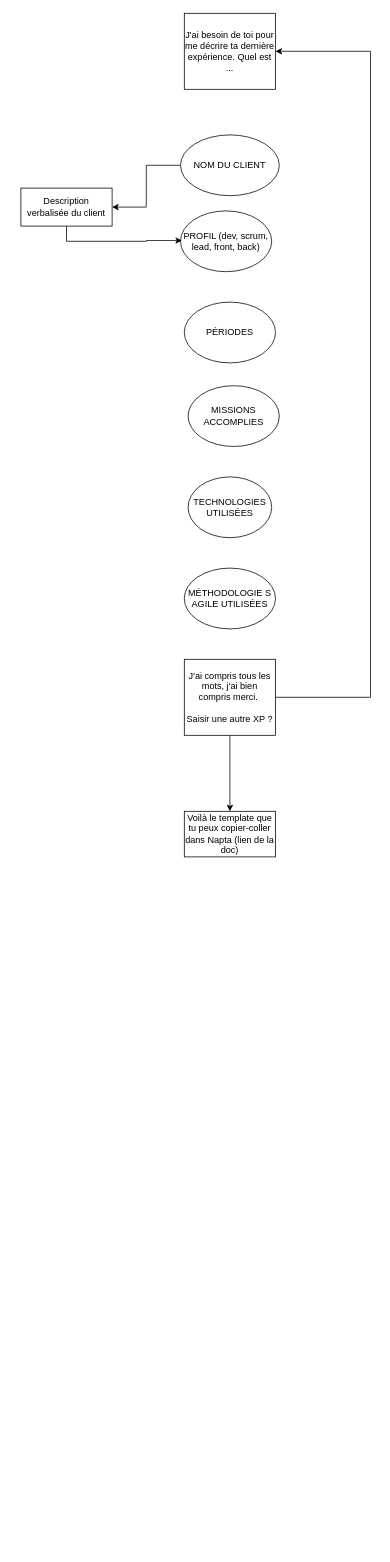
This is Diagramme sans nom.drawio from pedenys/drawio, a draw.io file, before an edit. Source tidied: cells renumbered, new cells numbered last; positions are measured from the earlier drawing's top-left corner, leaving out a move shared by most shapes. Both pictures are drawn from the tidied source at 76%, with x=0, y=0 at pixel (21, 13).
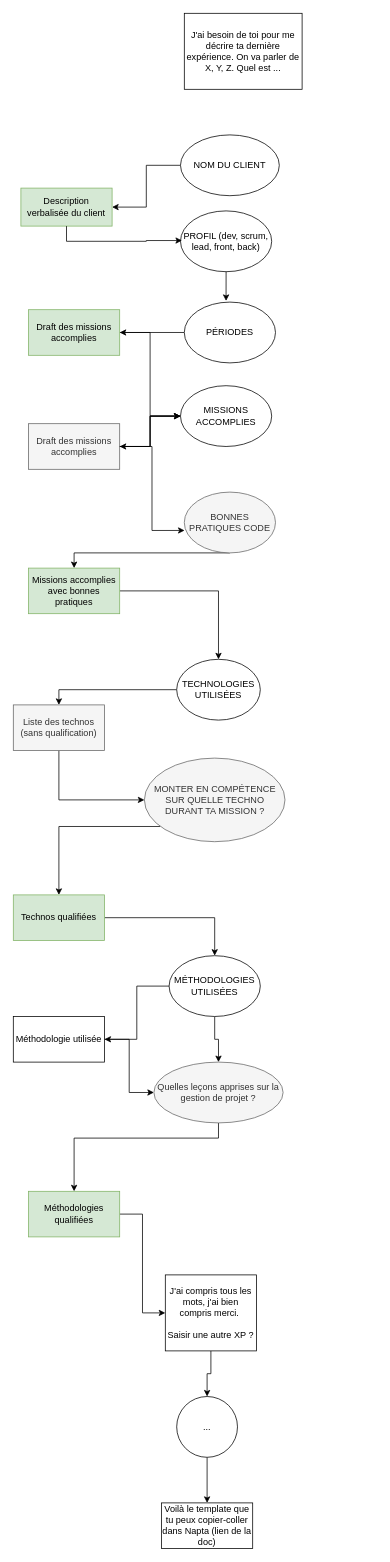
The same page after the edit.

Commit message (it also covers changes not shown here):
Mettre à jour Diagramme sans nom.drawio

The change refers to these unchanged cells:
```xml
<mxCell id="8" value="PROFIL (dev, scrum, lead, front, back)" style="ellipse;whiteSpace=wrap;html=1;" parent="1" vertex="1">
  <mxGeometry x="210" y="260" width="120" height="80" as="geometry" />
</mxCell>
<mxCell id="14" value="PÉRIODES" style="ellipse;whiteSpace=wrap;html=1;" parent="1" vertex="1">
  <mxGeometry x="215" y="380" width="120" height="80" as="geometry" />
</mxCell>
```

Diff of the diagram source:
```diff
@@
-    <mxCell id="2" value="J'ai besoin de toi pour me décrire ta dernière expérience. Quel est ..." style="whiteSpace=wrap;html=1;" parent="1" vertex="1">
-      <mxGeometry x="215" width="120" height="100" as="geometry" />
+    <mxCell id="2" value="J'ai besoin de toi pour me décrire ta dernière expérience. On va parler de X, Y, Z. Quel est ..." style="whiteSpace=wrap;html=1;" parent="1" vertex="1">
+      <mxGeometry x="215" width="155" height="100" as="geometry" />
     </mxCell>
@@
+    <mxCell id="16" style="edgeStyle=orthogonalEdgeStyle;rounded=0;jettySize=auto;html=1;" parent="1" edge="1" source="5" target="25">
+      <mxGeometry relative="1" as="geometry" />
+    </mxCell>
     <mxCell id="5" value="MISSIONS ACCOMPLIES" style="ellipse;whiteSpace=wrap;html=1;" parent="1" vertex="1">
-      <mxGeometry x="220" y="490" width="120" height="80" as="geometry" />
+      <mxGeometry x="210" y="490" width="120" height="80" as="geometry" />
     </mxCell>
+    <mxCell id="17" style="edgeStyle=orthogonalEdgeStyle;rounded=0;jettySize=auto;html=1;entryX=0.5;entryY=0;entryDx=0;entryDy=0;" parent="1" edge="1" source="6" target="32">
+      <mxGeometry relative="1" as="geometry" />
+    </mxCell>
     <mxCell id="6" value="TECHNOLOGIES UTILISÉES" style="ellipse;whiteSpace=wrap;html=1;" parent="1" vertex="1">
-      <mxGeometry x="220" y="610" width="110" height="80" as="geometry" />
+      <mxGeometry x="205" y="850" width="110" height="80" as="geometry" />
     </mxCell>
+    <mxCell id="18" style="edgeStyle=orthogonalEdgeStyle;rounded=0;jettySize=auto;html=1;entryX=0.5;entryY=0;entryDx=0;entryDy=0;" parent="1" edge="1" source="7" target="38">
+      <mxGeometry relative="1" as="geometry" />
+    </mxCell>
+    <mxCell id="19" style="edgeStyle=orthogonalEdgeStyle;rounded=0;jettySize=auto;html=1;" parent="1" edge="1" source="7" target="42">
+      <mxGeometry relative="1" as="geometry" />
+    </mxCell>
-    <mxCell id="7" value="MÉTHODOLOGIE S AGILE UTILISÉES" style="ellipse;whiteSpace=wrap;html=1;" parent="1" vertex="1">
-      <mxGeometry x="215" y="730" width="120" height="80" as="geometry" />
+    <mxCell id="7" value="MÉTHODOLOGIES UTILISÉES" style="ellipse;whiteSpace=wrap;html=1;" parent="1" vertex="1">
+      <mxGeometry x="195" y="1240" width="120" height="80" as="geometry" />
     </mxCell>
@@
-    <mxCell id="9" style="edgeStyle=orthogonalEdgeStyle;rounded=0;jettySize=auto;html=1;entryX=1;entryY=0.5;entryDx=0;entryDy=0;" parent="1" edge="1" source="11" target="2">
-      <mxGeometry relative="1" as="geometry">
-        <Array as="points">
-          <mxPoint x="460" y="900" />
-          <mxPoint x="460" y="50" />
-        </Array>
-      </mxGeometry>
-    </mxCell>
-    <mxCell id="10" style="edgeStyle=orthogonalEdgeStyle;rounded=0;jettySize=auto;html=1;" parent="1" edge="1" source="11" target="15">
+    <mxCell id="10" style="edgeStyle=orthogonalEdgeStyle;rounded=0;jettySize=auto;html=1;" parent="1" edge="1" source="43" target="15">
       <mxGeometry relative="1" as="geometry" />
     </mxCell>
+    <mxCell id="20" style="edgeStyle=orthogonalEdgeStyle;rounded=0;jettySize=auto;html=1;entryX=0.5;entryY=0;entryDx=0;entryDy=0;" parent="1" edge="1" source="11" target="43">
+      <mxGeometry relative="1" as="geometry" />
+    </mxCell>
     <mxCell id="11" value="J'ai compris tous les mots, j'ai bien compris merci.&amp;nbsp;&lt;div&gt;&lt;br&gt;&lt;/div&gt;&lt;div&gt;Saisir une autre XP ?&lt;/div&gt;" style="whiteSpace=wrap;html=1;" parent="1" vertex="1">
-      <mxGeometry x="215" y="850" width="120" height="100" as="geometry" />
+      <mxGeometry x="190" y="1660" width="120" height="100" as="geometry" />
     </mxCell>
-    <mxCell id="12" value="Description verbalisée du client" style="whiteSpace=wrap;html=1;" parent="1" vertex="1">
+    <mxCell id="12" value="Description verbalisée du client" style="whiteSpace=wrap;html=1;fillColor=#d5e8d4;strokeColor=#82b366;" parent="1" vertex="1">
       <mxGeometry y="230" width="120" height="50" as="geometry" />
     </mxCell>
@@
+    <mxCell id="21" style="edgeStyle=orthogonalEdgeStyle;rounded=0;jettySize=auto;html=1;entryX=1;entryY=0.5;entryDx=0;entryDy=0;" parent="1" edge="1" source="14" target="45">
+      <mxGeometry relative="1" as="geometry" />
+    </mxCell>
@@
     <mxCell id="15" value="Voilà le template que tu peux copier-coller dans Napta (lien de la doc)" style="whiteSpace=wrap;html=1;" parent="1" vertex="1">
-      <mxGeometry x="215" y="1050" width="120" height="60" as="geometry" />
+      <mxGeometry x="185" y="1960" width="120" height="60" as="geometry" />
     </mxCell>
+    <mxCell id="22" style="edgeStyle=orthogonalEdgeStyle;rounded=0;jettySize=auto;html=1;entryX=0.458;entryY=-0.019;entryDx=0;entryDy=0;entryPerimeter=0;" parent="1" edge="1" source="8" target="14">
+      <mxGeometry relative="1" as="geometry" />
+    </mxCell>
+    <mxCell id="23" style="edgeStyle=orthogonalEdgeStyle;rounded=0;jettySize=auto;html=1;" parent="1" edge="1" source="25" target="5">
+      <mxGeometry relative="1" as="geometry" />
+    </mxCell>
+    <mxCell id="24" style="edgeStyle=orthogonalEdgeStyle;rounded=0;jettySize=auto;html=1;" parent="1" edge="1" source="25" target="5">
+      <mxGeometry relative="1" as="geometry" />
+    </mxCell>
+    <mxCell id="25" value="Draft des missions accomplies" style="whiteSpace=wrap;html=1;fillColor=#f5f5f5;fontColor=#333333;strokeColor=#666666;" parent="1" vertex="1">
+      <mxGeometry x="10" y="540" width="120" height="60" as="geometry" />
+    </mxCell>
+    <mxCell id="26" style="edgeStyle=orthogonalEdgeStyle;rounded=0;jettySize=auto;html=1;" parent="1" edge="1" source="27" target="6">
+      <mxGeometry relative="1" as="geometry" />
+    </mxCell>
+    <mxCell id="27" value="Missions accomplies avec bonnes pratiques" style="whiteSpace=wrap;html=1;fillColor=#d5e8d4;strokeColor=#82b366;" parent="1" vertex="1">
+      <mxGeometry x="10" y="730" width="120" height="60" as="geometry" />
+    </mxCell>
+    <mxCell id="28" style="edgeStyle=orthogonalEdgeStyle;rounded=0;jettySize=auto;html=1;" parent="1" edge="1" source="29" target="27">
+      <mxGeometry relative="1" as="geometry">
+        <Array as="points">
+          <mxPoint x="70" y="710" />
+        </Array>
+      </mxGeometry>
+    </mxCell>
+    <mxCell id="29" value="BONNES PRATIQUES CODE" style="ellipse;whiteSpace=wrap;html=1;fillColor=#f5f5f5;fontColor=#333333;strokeColor=#666666;" parent="1" vertex="1">
+      <mxGeometry x="215" y="630" width="120" height="80" as="geometry" />
+    </mxCell>
+    <mxCell id="30" style="edgeStyle=orthogonalEdgeStyle;rounded=0;jettySize=auto;html=1;entryX=0.003;entryY=0.631;entryDx=0;entryDy=0;entryPerimeter=0;" parent="1" edge="1" source="25" target="29">
+      <mxGeometry relative="1" as="geometry" />
+    </mxCell>
+    <mxCell id="31" style="edgeStyle=orthogonalEdgeStyle;rounded=0;jettySize=auto;html=1;entryX=0;entryY=0.5;entryDx=0;entryDy=0;" parent="1" edge="1" source="32" target="34">
+      <mxGeometry relative="1" as="geometry">
+        <Array as="points">
+          <mxPoint x="50" y="1035" />
+        </Array>
+      </mxGeometry>
+    </mxCell>
+    <mxCell id="32" value="Liste des technos (sans qualification)" style="whiteSpace=wrap;html=1;fillColor=#f5f5f5;fontColor=#333333;strokeColor=#666666;" parent="1" vertex="1">
+      <mxGeometry x="-10" y="910" width="120" height="60" as="geometry" />
+    </mxCell>
+    <mxCell id="33" style="edgeStyle=orthogonalEdgeStyle;rounded=0;jettySize=auto;html=1;" parent="1" edge="1" source="34" target="36">
+      <mxGeometry relative="1" as="geometry">
+        <Array as="points">
+          <mxPoint x="50" y="1070" />
+        </Array>
+      </mxGeometry>
+    </mxCell>
+    <mxCell id="34" value="MONTER EN COMPÉTENCE SUR QUELLE TECHNO DURANT TA MISSION ?" style="ellipse;whiteSpace=wrap;html=1;fillColor=#f5f5f5;fontColor=#333333;strokeColor=#666666;" parent="1" vertex="1">
+      <mxGeometry x="162.5" y="980" width="185" height="110" as="geometry" />
+    </mxCell>
+    <mxCell id="35" style="edgeStyle=orthogonalEdgeStyle;rounded=0;jettySize=auto;html=1;entryX=0.5;entryY=0;entryDx=0;entryDy=0;" parent="1" edge="1" source="36" target="7">
+      <mxGeometry relative="1" as="geometry" />
+    </mxCell>
+    <mxCell id="36" value="Technos qualifiées" style="whiteSpace=wrap;html=1;fillColor=#d5e8d4;strokeColor=#82b366;" parent="1" vertex="1">
+      <mxGeometry x="-10" y="1160" width="120" height="60" as="geometry" />
+    </mxCell>
+    <mxCell id="37" style="edgeStyle=orthogonalEdgeStyle;rounded=0;jettySize=auto;html=1;entryX=0.5;entryY=0;entryDx=0;entryDy=0;" parent="1" edge="1" source="38" target="40">
+      <mxGeometry relative="1" as="geometry">
+        <Array as="points">
+          <mxPoint x="260" y="1480" />
+          <mxPoint x="70" y="1480" />
+        </Array>
+      </mxGeometry>
+    </mxCell>
+    <mxCell id="38" value="&lt;span style=&quot;caret-color: rgb(51, 51, 51); color: rgb(51, 51, 51);&quot;&gt;Quelles leçons apprises sur la gestion de projet ?&lt;/span&gt;" style="ellipse;whiteSpace=wrap;html=1;fillColor=#f5f5f5;fontColor=#333333;strokeColor=#666666;" parent="1" vertex="1">
+      <mxGeometry x="175" y="1380" width="170" height="80" as="geometry" />
+    </mxCell>
+    <mxCell id="39" style="edgeStyle=orthogonalEdgeStyle;rounded=0;jettySize=auto;html=1;entryX=0;entryY=0.5;entryDx=0;entryDy=0;" parent="1" edge="1" source="40" target="11">
+      <mxGeometry relative="1" as="geometry" />
+    </mxCell>
+    <mxCell id="40" value="Méthodologies qualifiées" style="whiteSpace=wrap;html=1;fillColor=#d5e8d4;strokeColor=#82b366;" parent="1" vertex="1">
+      <mxGeometry x="10" y="1550" width="120" height="60" as="geometry" />
+    </mxCell>
+    <mxCell id="41" style="edgeStyle=orthogonalEdgeStyle;rounded=0;jettySize=auto;html=1;entryX=0;entryY=0.5;entryDx=0;entryDy=0;" parent="1" edge="1" source="42" target="38">
+      <mxGeometry relative="1" as="geometry" />
+    </mxCell>
+    <mxCell id="42" value="Méthodologie utilisée" style="whiteSpace=wrap;html=1;" parent="1" vertex="1">
+      <mxGeometry x="-10" y="1320" width="120" height="60" as="geometry" />
+    </mxCell>
+    <mxCell id="43" value="..." style="ellipse;whiteSpace=wrap;html=1;" parent="1" vertex="1">
+      <mxGeometry x="205" y="1820" width="80" height="80" as="geometry" />
+    </mxCell>
+    <mxCell id="44" style="edgeStyle=orthogonalEdgeStyle;rounded=0;jettySize=auto;html=1;entryX=0;entryY=0.5;entryDx=0;entryDy=0;" parent="1" edge="1" source="45" target="5">
+      <mxGeometry relative="1" as="geometry" />
+    </mxCell>
+    <mxCell id="45" value="Draft des missions accomplies" style="whiteSpace=wrap;html=1;fillColor=#d5e8d4;strokeColor=#82b366;" parent="1" vertex="1">
+      <mxGeometry x="10" y="390" width="120" height="60" as="geometry" />
+    </mxCell>
```
